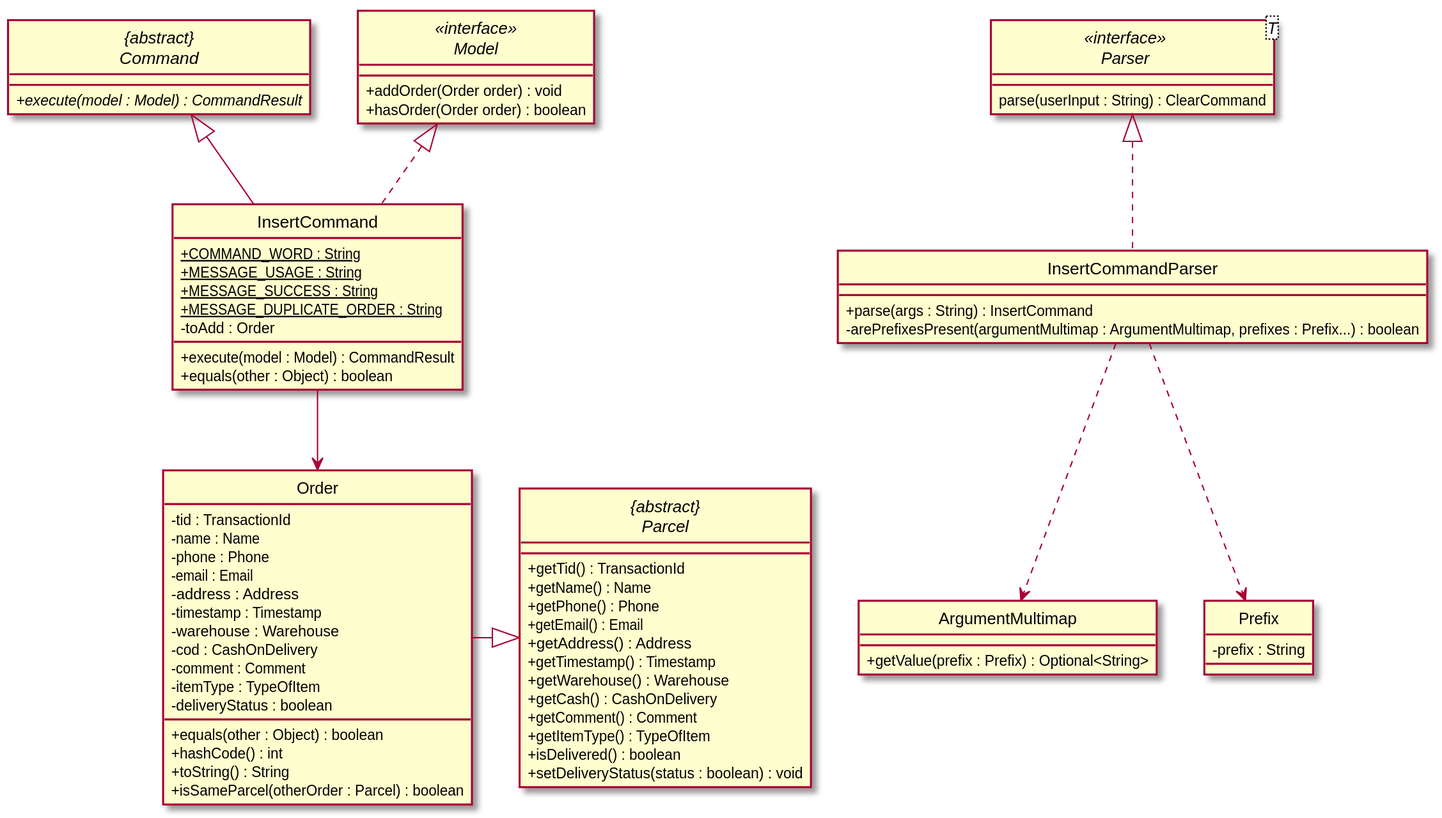
This is docs/images/InsertClassDiagram.svg from nus-cs2103-AY1920S2/addressbook-level3, a PlantUML export, as it was before one commit.
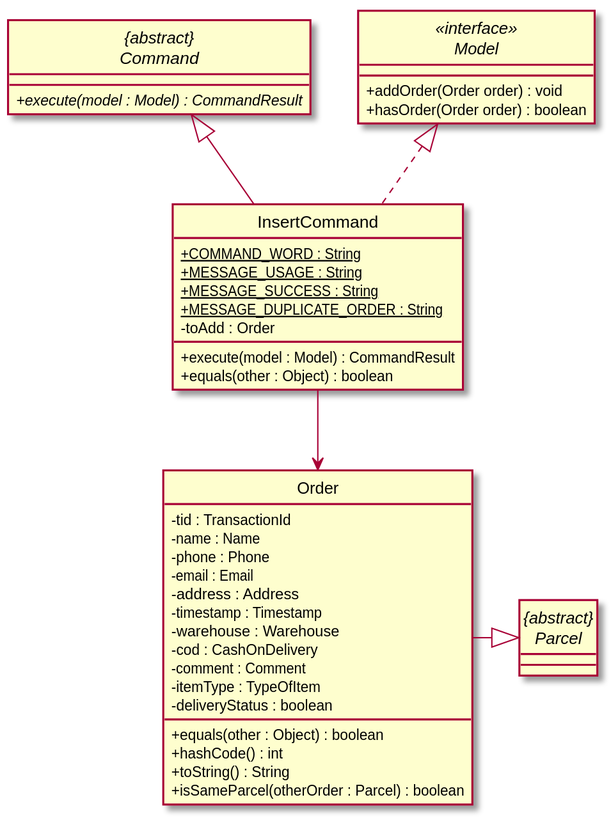
Above is the later version.

Diff of the diagram source:
```diff
@@ -2,16 +2,6 @@
 skinparam backgroundColor #ffffff
 skinparam classAttributeIconSize 0
 hide circle
-
-class InsertCommandParser implements Parser {
-    + parse(args : String) : InsertCommand
-    - arePrefixesPresent(argumentMultimap : ArgumentMultimap, prefixes : Prefix...) : boolean
-
-}
-
-interface Parser<T> <<interface>> {
-    parse(userInput : String) : ClearCommand
-}
 
 abstract class "{abstract}\nCommand" {
     + {abstract} execute(model : Model) : CommandResult
@@ -22,28 +12,10 @@
     + hasOrder(Order order) : boolean
 }
 
-class ArgumentMultimap {
-    + getValue(prefix : Prefix) : Optional<String>
+abstract class "{abstract}\nParcel" {
+
 }
 
-class Prefix {
-    - prefix : String
-}
-
-abstract class "{abstract}\nParcel" {
-    + getTid() : TransactionId
-    + getName() : Name
-    + getPhone() : Phone
-    + getEmail() : Email
-    + getAddress() : Address
-    + getTimestamp() : Timestamp
-    + getWarehouse() : Warehouse
-    + getCash() : CashOnDelivery
-    + getComment() : Comment
-    + getItemType() : TypeOfItem
-    + isDelivered() : boolean
-    + setDeliveryStatus(status : boolean) : void
-}
 class Order {
     - tid : TransactionId
     - name : Name
@@ -75,8 +47,6 @@
 }
 
 InsertCommand --up|> "{abstract}\nCommand"
-InsertCommandParser ..> ArgumentMultimap
-InsertCommandParser ..> Prefix
 InsertCommand --> Order
 Order --right|> "{abstract}\nParcel"
 @enduml
```
